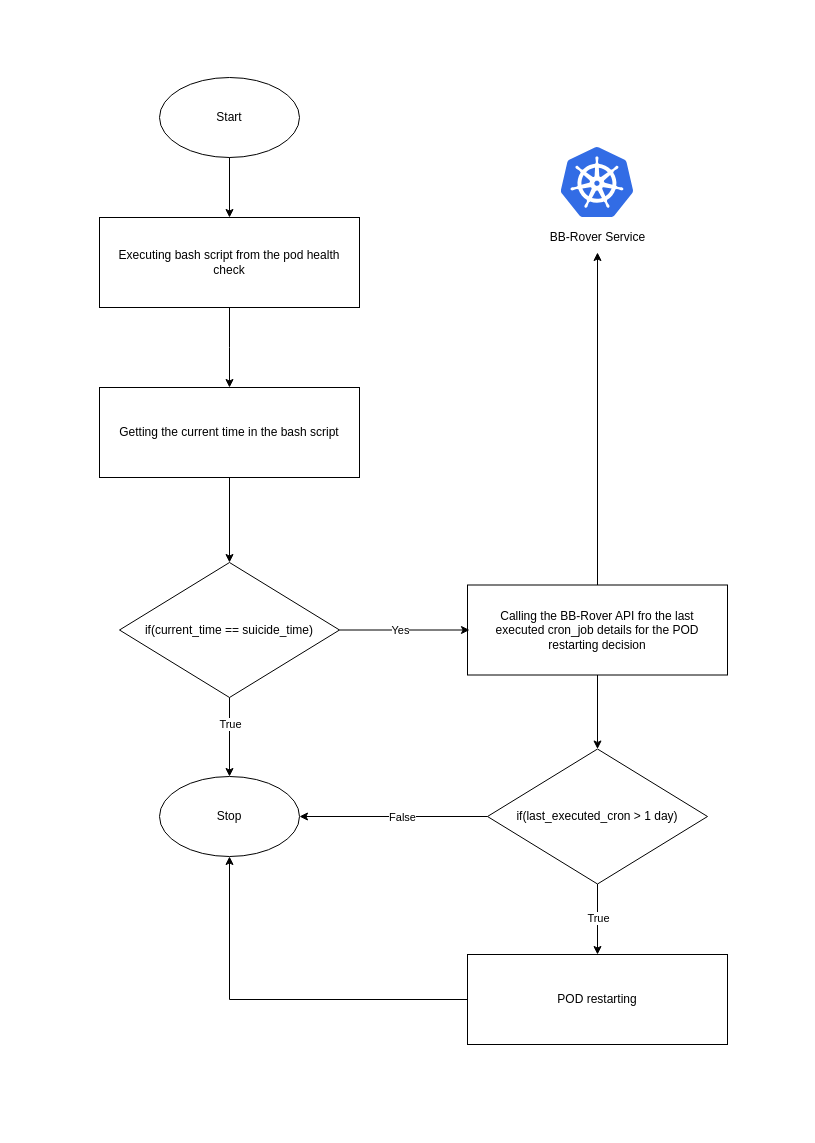
Earlier version of the draw.io diagram new_osrm_restart.drawio (bb-midhunps/diagrams). Source tidied: cells renumbered, new cells numbered last; positions are measured from the earlier drawing's top-left corner, leaving out a move shared by most shapes. Both pictures are drawn from the tidied source at 100%, with x=0, y=0 at pixel (99, 77).
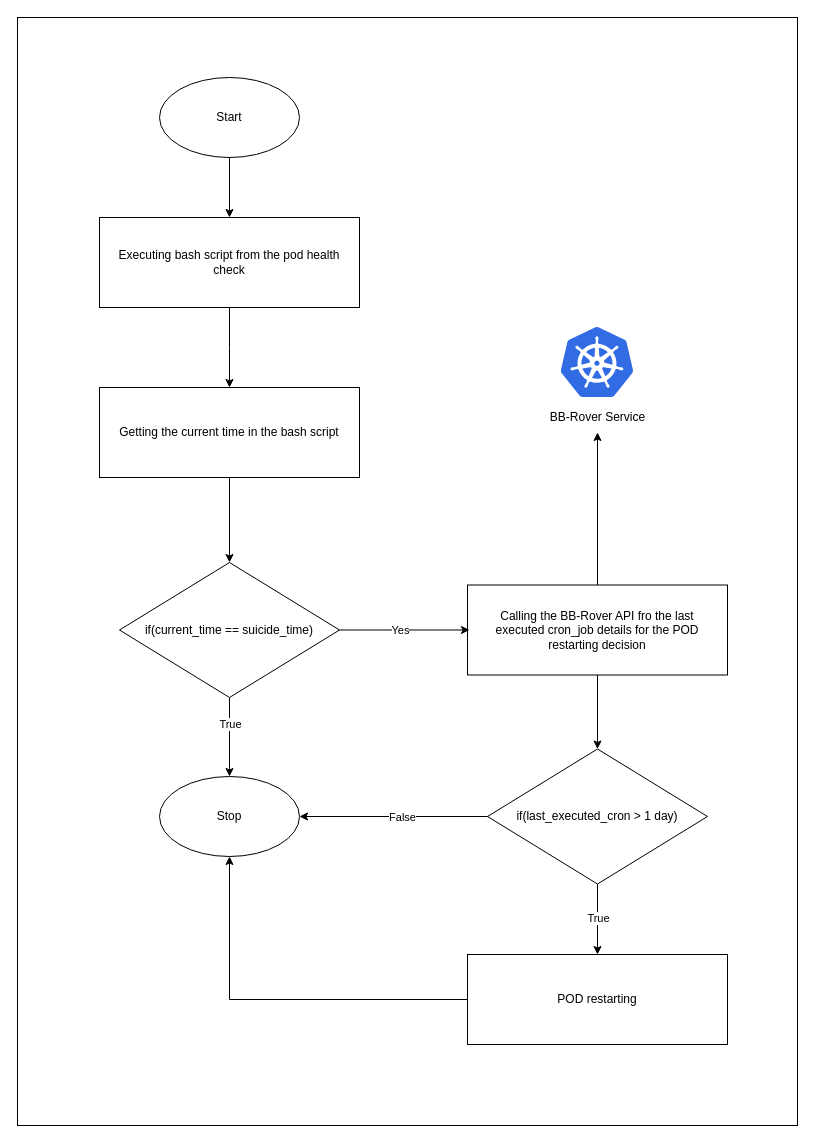
After the change.

What changed in the source:
```diff
@@
+    <mxCell id="30" style="rounded=0;whiteSpace=wrap;html=1;fillColor=none;" parent="1" vertex="1">
+      <mxGeometry x="-82" y="-60" width="780" height="1108" as="geometry" />
+    </mxCell>
@@
     <mxCell id="15" style="image;sketch=0;html=1;align=center;fontSize=12;image=img/lib/mscae/Kubernetes.svg;" parent="1" vertex="1">
-      <mxGeometry x="461.5" y="70" width="72.9" height="70" as="geometry" />
+      <mxGeometry x="461.5" y="250" width="72.9" height="70" as="geometry" />
     </mxCell>
     <mxCell id="16" value="BB-Rover Service" style="text;html=1;align=center;verticalAlign=middle;points=[];strokeColor=none;fillColor=none;" parent="1" vertex="1">
-      <mxGeometry x="438" y="145" width="120" height="30" as="geometry" />
+      <mxGeometry x="438" y="325" width="120" height="30" as="geometry" />
     </mxCell>
```
